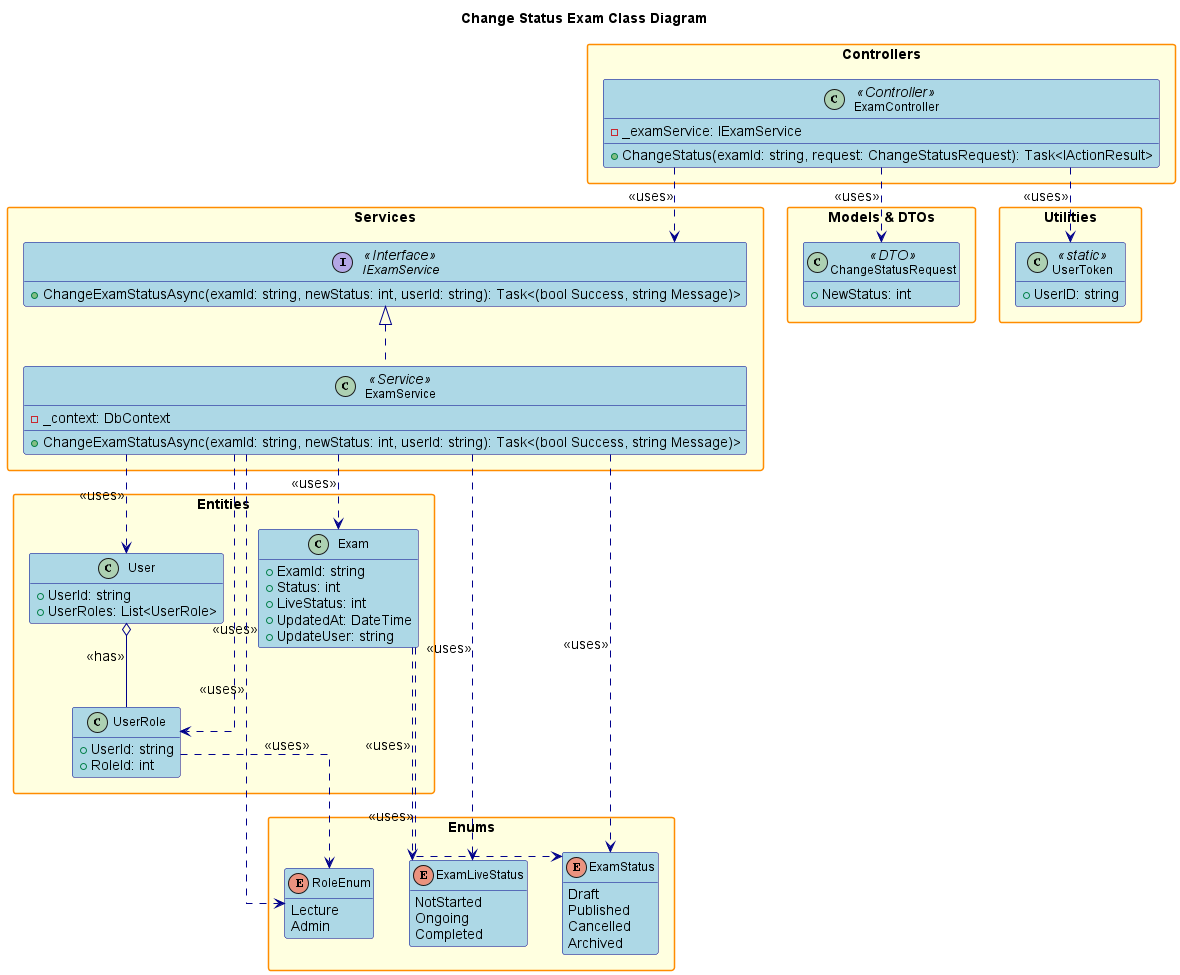
Before: design/out/changestatusexam/changestatusexam.png, a diagram exported from PlantUML (conghoan1211/AI-Kiosk-Testing-system). Its diagram source:
```plantuml
@startuml

title Change Status Exam Class Diagram

hide empty members
skinparam packageStyle rectangle
skinparam linetype ortho
skinparam defaultFontSize 14
skinparam defaultFontName Arial
skinparam classFontSize 12
skinparam classFontName Arial
skinparam noteFontSize 11
skinparam noteFontName Arial

skinparam class {
    BackgroundColor LightBlue
    BorderColor DarkBlue
    ArrowColor DarkBlue
    FontSize 12
}

skinparam package {
    BackgroundColor LightYellow
    BorderColor DarkOrange
    FontSize 14
    FontStyle bold
}

skinparam interface {
    BackgroundColor LightGreen
    BorderColor DarkGreen
    FontSize 12
}

skinparam enum {
    BackgroundColor LightCyan
    BorderColor DarkCyan
    FontSize 12
}

package "Controllers" {
    class ExamController <<Controller>> {
        - _examService: IExamService
        + ChangeStatus(examId: string, request: ChangeStatusRequest): Task<IActionResult>
    }
}

package "Services" {
    interface IExamService <<Interface>> {
        + ChangeExamStatusAsync(examId: string, newStatus: int, userId: string): Task<(bool Success, string Message)>
    }
    class ExamService <<Service>> {
        - _context: DbContext
        + ChangeExamStatusAsync(examId: string, newStatus: int, userId: string): Task<(bool Success, string Message)>
    }
}

package "Models & DTOs" {
    class ChangeStatusRequest <<DTO>> {
        + NewStatus: int
    }
}

package "Entities" {
    class Exam {
        + ExamId: string
        + Status: int
        + LiveStatus: int
        + UpdatedAt: DateTime
        + UpdateUser: string
    }
    class User {
        + UserId: string
        + UserRoles: List<UserRole>
    }
    class UserRole {
        + UserId: string
        + RoleId: int
    }
}

package "Enums" {
    enum RoleEnum {
        Lecture
        Admin
    }
    enum ExamStatus {
        Draft
        Published
        Cancelled
        Archived
    }
    enum ExamLiveStatus {
        NotStarted
        Ongoing
        Completed
    }
}

package "Utilities" {
    class UserToken <<static>> {
        + UserID: string
    }
}

ExamController ..> IExamService : <<uses>>
ExamController ..> ChangeStatusRequest : <<uses>>
ExamController ..> UserToken : <<uses>>
IExamService <|.. ExamService
ExamService ..> Exam : <<uses>>
ExamService ..> User : <<uses>>
ExamService ..> UserRole : <<uses>>
ExamService ..> RoleEnum : <<uses>>
ExamService ..> ExamStatus : <<uses>>
ExamService ..> ExamLiveStatus : <<uses>>

User o-- UserRole : <<has>>
Exam ..> ExamStatus : <<uses>>
Exam ..> ExamLiveStatus : <<uses>>
UserRole ..> RoleEnum : <<uses>>

@enduml
```
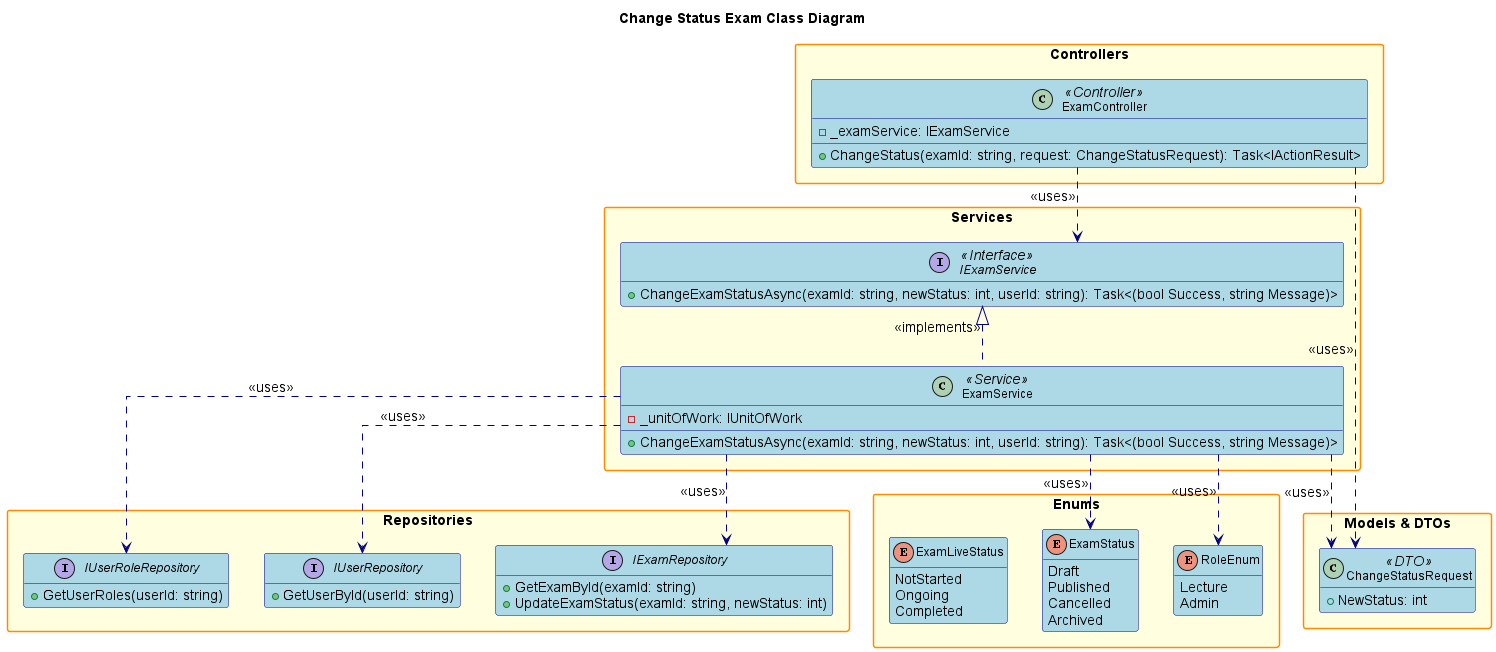
The same diagram one commit later.

The edit, as a diff of the source:
```diff
@@ -1,6 +1,4 @@
 @startuml
-
-title Change Status Exam Class Diagram
 
 hide empty members
 skinparam packageStyle rectangle
@@ -25,7 +23,6 @@
     FontSize 14
     FontStyle bold
 }
-
 skinparam interface {
     BackgroundColor LightGreen
     BorderColor DarkGreen
@@ -37,6 +34,8 @@
     BorderColor DarkCyan
     FontSize 12
 }
+
+title Change Status Exam Class Diagram
 
 package "Controllers" {
     class ExamController <<Controller>> {
@@ -50,32 +49,27 @@
         + ChangeExamStatusAsync(examId: string, newStatus: int, userId: string): Task<(bool Success, string Message)>
     }
     class ExamService <<Service>> {
-        - _context: DbContext
+        - _unitOfWork: IUnitOfWork
         + ChangeExamStatusAsync(examId: string, newStatus: int, userId: string): Task<(bool Success, string Message)>
+    }
+}
+
+package "Repositories" {
+    interface IExamRepository {
+        + GetExamById(examId: string)
+        + UpdateExamStatus(examId: string, newStatus: int)
+    }
+    interface IUserRepository {
+        + GetUserById(userId: string)
+    }
+    interface IUserRoleRepository {
+        + GetUserRoles(userId: string)
     }
 }
 
 package "Models & DTOs" {
     class ChangeStatusRequest <<DTO>> {
         + NewStatus: int
-    }
-}
-
-package "Entities" {
-    class Exam {
-        + ExamId: string
-        + Status: int
-        + LiveStatus: int
-        + UpdatedAt: DateTime
-        + UpdateUser: string
-    }
-    class User {
-        + UserId: string
-        + UserRoles: List<UserRole>
-    }
-    class UserRole {
-        + UserId: string
-        + RoleId: int
     }
 }
 
@@ -97,26 +91,14 @@
     }
 }
 
-package "Utilities" {
-    class UserToken <<static>> {
-        + UserID: string
-    }
-}
-
 ExamController ..> IExamService : <<uses>>
 ExamController ..> ChangeStatusRequest : <<uses>>
-ExamController ..> UserToken : <<uses>>
-IExamService <|.. ExamService
-ExamService ..> Exam : <<uses>>
-ExamService ..> User : <<uses>>
-ExamService ..> UserRole : <<uses>>
+IExamService <|.. ExamService : <<implements>>
+ExamService ..> IExamRepository : <<uses>>
+ExamService ..> IUserRepository : <<uses>>
+ExamService ..> IUserRoleRepository : <<uses>>
+ExamService ..> ChangeStatusRequest : <<uses>>
+ExamService ..> ExamStatus : <<uses>>
 ExamService ..> RoleEnum : <<uses>>
-ExamService ..> ExamStatus : <<uses>>
-ExamService ..> ExamLiveStatus : <<uses>>
-
-User o-- UserRole : <<has>>
-Exam ..> ExamStatus : <<uses>>
-Exam ..> ExamLiveStatus : <<uses>>
-UserRole ..> RoleEnum : <<uses>>
 
 @enduml
```
